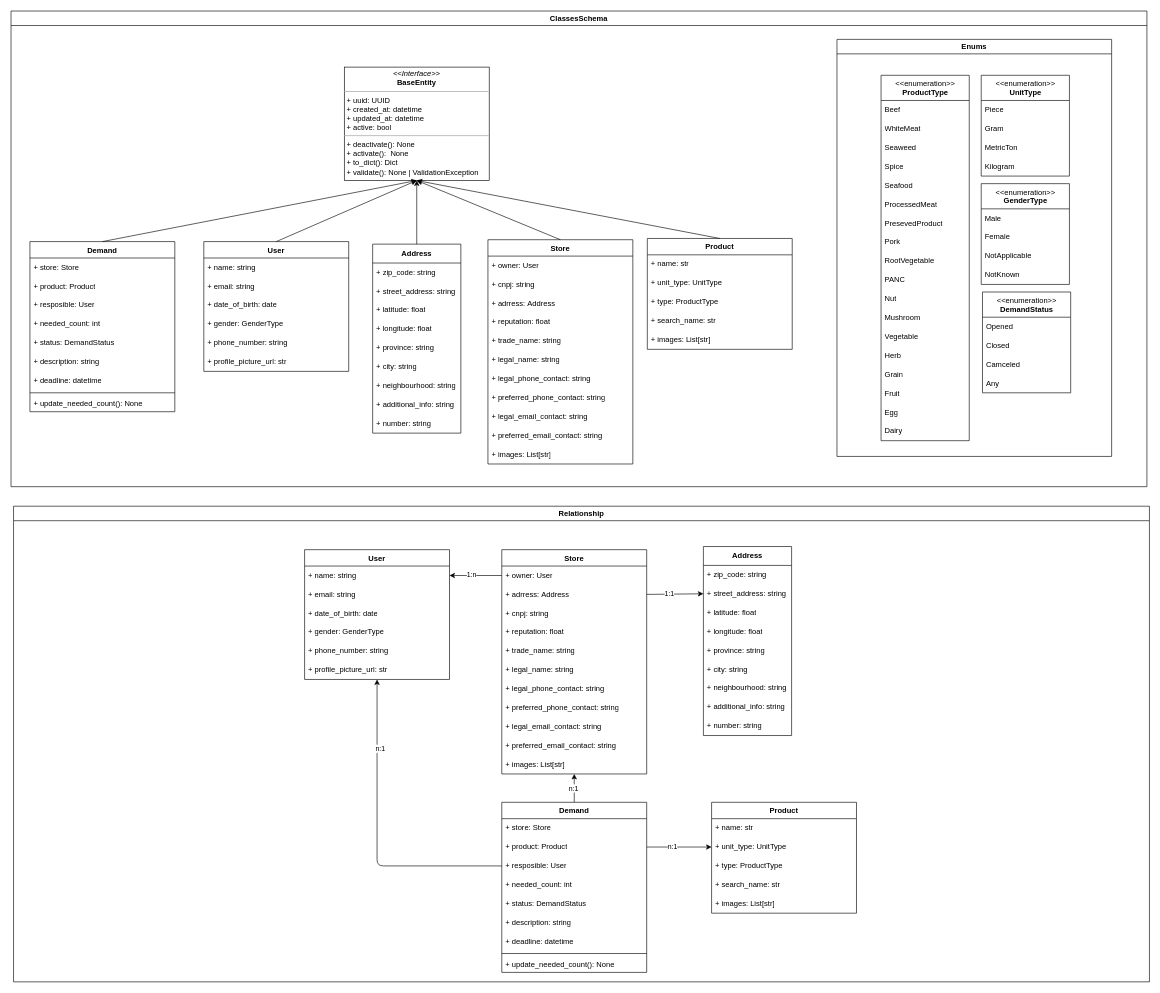
Above: page "UML" (1 of 2) of diagrama_classes.drawio in Tudo-Fresco/documentation (draw.io), before the change. Source tidied: cells renumbered, new cells numbered last; positions are measured from the earlier drawing's top-left corner, leaving out a move shared by most shapes. Both pictures are drawn from the tidied source at 63%, with x=0, y=0 at pixel (11, 11).
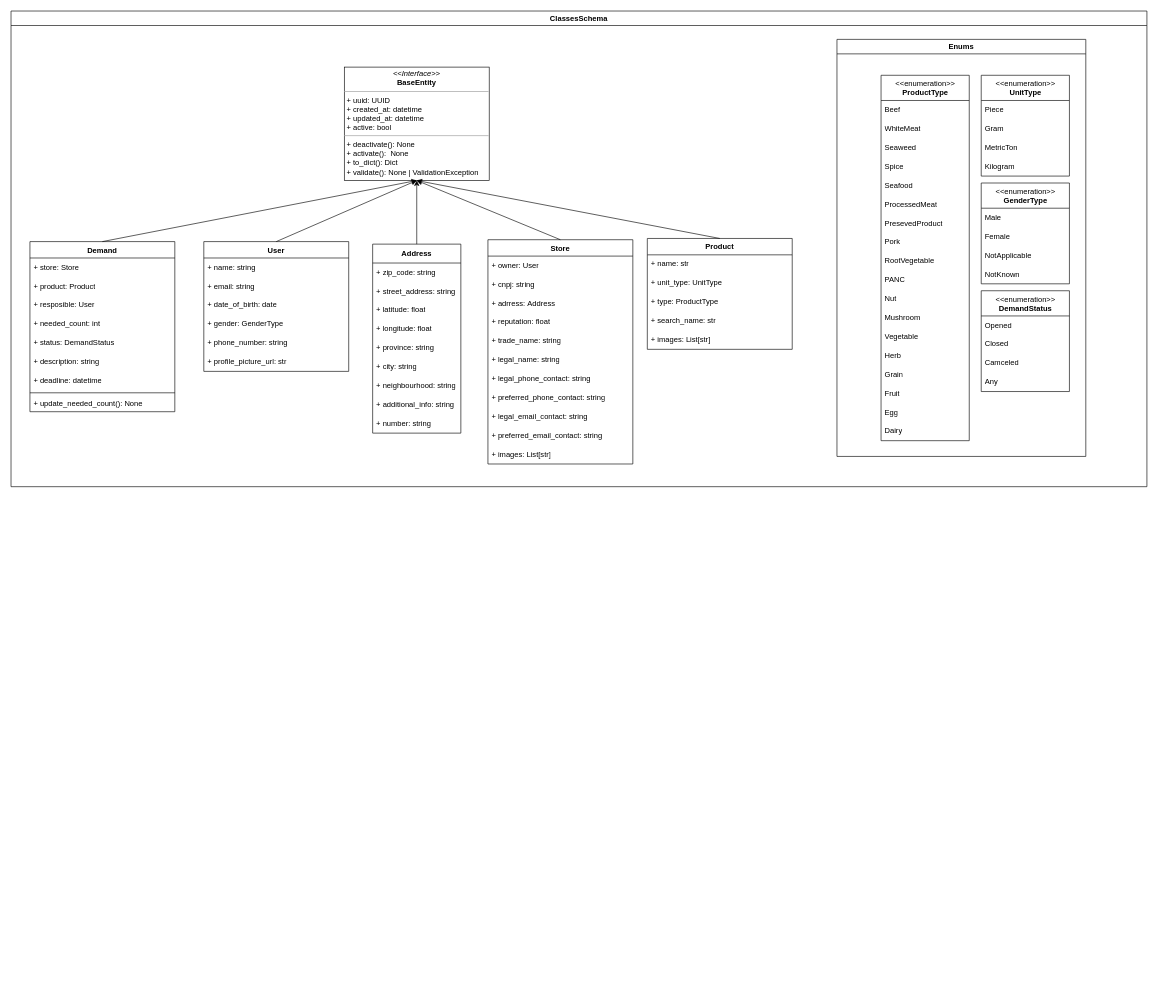
After the change.

Unchanged cells that the change refers to:
```xml
<mxCell id="139" value="ClassesSchema" style="swimlane;whiteSpace=wrap;html=1;" parent="1" vertex="1">
  <mxGeometry width="1803" height="755" as="geometry" />
</mxCell>
```

What changed in the source:
```diff
@@
-    <mxCell id="2" value="Relationship" style="swimlane;whiteSpace=wrap;html=1;" parent="1" vertex="1">
-      <mxGeometry x="4" y="786" width="1803" height="755" as="geometry" />
-    </mxCell>
-    <mxCell id="3" value="Product" style="swimlane;fontStyle=1;align=center;verticalAlign=top;horizontal=1;startSize=26;" parent="2" vertex="1">
-      <mxGeometry x="1108" y="470" width="230" height="176" as="geometry" />
-    </mxCell>
-    <mxCell id="4" value="+ name: str" style="text;strokeColor=none;fillColor=none;align=left;verticalAlign=middle;spacingLeft=4;spacingRight=4;overflow=hidden;whiteSpace=wrap;html=1;" parent="3" vertex="1">
-      <mxGeometry y="26" width="230" height="30" as="geometry" />
-    </mxCell>
-    <mxCell id="5" value="+ unit_type: UnitType" style="text;strokeColor=none;fillColor=none;align=left;verticalAlign=middle;spacingLeft=4;spacingRight=4;overflow=hidden;points=[[0,0.5],[1,0.5]];portConstraint=eastwest;whiteSpace=wrap;html=1;" parent="3" vertex="1">
-      <mxGeometry y="56" width="230" height="30" as="geometry" />
-    </mxCell>
-    <mxCell id="6" value="+ type: ProductType" style="text;strokeColor=none;fillColor=none;align=left;verticalAlign=middle;spacingLeft=4;spacingRight=4;overflow=hidden;whiteSpace=wrap;html=1;" parent="3" vertex="1">
-      <mxGeometry y="86" width="230" height="30" as="geometry" />
-    </mxCell>
-    <mxCell id="7" value="+ search_name: str" style="text;strokeColor=none;fillColor=none;align=left;verticalAlign=middle;spacingLeft=4;spacingRight=4;overflow=hidden;whiteSpace=wrap;html=1;" parent="3" vertex="1">
-      <mxGeometry y="116" width="230" height="30" as="geometry" />
-    </mxCell>
-    <mxCell id="8" value="+ images: List[str]" style="text;strokeColor=none;fillColor=none;align=left;verticalAlign=middle;spacingLeft=4;spacingRight=4;overflow=hidden;whiteSpace=wrap;html=1;" parent="3" vertex="1">
-      <mxGeometry y="146" width="230" height="30" as="geometry" />
-    </mxCell>
-    <mxCell id="9" value="Store" style="swimlane;fontStyle=1;align=center;verticalAlign=top;horizontal=1;startSize=26;" parent="2" vertex="1">
-      <mxGeometry x="775" y="69" width="230" height="356" as="geometry" />
-    </mxCell>
-    <mxCell id="10" value="+ owner: User" style="text;strokeColor=none;fillColor=none;align=left;verticalAlign=middle;spacingLeft=4;spacingRight=4;overflow=hidden;points=[[0,0.5],[1,0.5]];portConstraint=eastwest;whiteSpace=wrap;html=1;" parent="9" vertex="1">
-      <mxGeometry y="26" width="230" height="30" as="geometry" />
-    </mxCell>
-    <mxCell id="11" value="+ adrress:&amp;nbsp;&lt;span style=&quot;text-align: center;&quot;&gt;Address&lt;/span&gt;" style="text;strokeColor=none;fillColor=none;align=left;verticalAlign=middle;spacingLeft=4;spacingRight=4;overflow=hidden;points=[[0,0.5],[1,0.5]];portConstraint=eastwest;whiteSpace=wrap;html=1;" parent="9" vertex="1">
-      <mxGeometry y="56" width="230" height="30" as="geometry" />
-    </mxCell>
-    <mxCell id="12" value="+ cnpj: string" style="text;strokeColor=none;fillColor=none;align=left;verticalAlign=middle;spacingLeft=4;spacingRight=4;overflow=hidden;whiteSpace=wrap;html=1;" parent="9" vertex="1">
-      <mxGeometry y="86" width="230" height="30" as="geometry" />
-    </mxCell>
-    <mxCell id="13" value="+ reputation:&amp;nbsp;&lt;span style=&quot;text-align: center;&quot;&gt;float&lt;/span&gt;" style="text;strokeColor=none;fillColor=none;align=left;verticalAlign=middle;spacingLeft=4;spacingRight=4;overflow=hidden;whiteSpace=wrap;html=1;" parent="9" vertex="1">
-      <mxGeometry y="116" width="230" height="30" as="geometry" />
-    </mxCell>
-    <mxCell id="14" value="+ trade_name: string" style="text;strokeColor=none;fillColor=none;align=left;verticalAlign=middle;spacingLeft=4;spacingRight=4;overflow=hidden;whiteSpace=wrap;html=1;" parent="9" vertex="1">
-      <mxGeometry y="146" width="230" height="30" as="geometry" />
-    </mxCell>
-    <mxCell id="15" value="+ legal_name: string" style="text;strokeColor=none;fillColor=none;align=left;verticalAlign=middle;spacingLeft=4;spacingRight=4;overflow=hidden;whiteSpace=wrap;html=1;" parent="9" vertex="1">
-      <mxGeometry y="176" width="230" height="30" as="geometry" />
-    </mxCell>
-    <mxCell id="16" value="+ legal_phone_contact: string" style="text;strokeColor=none;fillColor=none;align=left;verticalAlign=middle;spacingLeft=4;spacingRight=4;overflow=hidden;whiteSpace=wrap;html=1;" parent="9" vertex="1">
-      <mxGeometry y="206" width="230" height="30" as="geometry" />
-    </mxCell>
-    <mxCell id="17" value="+ preferred_phone_contact: string" style="text;strokeColor=none;fillColor=none;align=left;verticalAlign=middle;spacingLeft=4;spacingRight=4;overflow=hidden;whiteSpace=wrap;html=1;" parent="9" vertex="1">
-      <mxGeometry y="236" width="230" height="30" as="geometry" />
-    </mxCell>
-    <mxCell id="18" value="+ legal_email_contact: string" style="text;strokeColor=none;fillColor=none;align=left;verticalAlign=middle;spacingLeft=4;spacingRight=4;overflow=hidden;whiteSpace=wrap;html=1;" parent="9" vertex="1">
-      <mxGeometry y="266" width="230" height="30" as="geometry" />
-    </mxCell>
-    <mxCell id="19" value="+ preferred_email_contact: string" style="text;strokeColor=none;fillColor=none;align=left;verticalAlign=middle;spacingLeft=4;spacingRight=4;overflow=hidden;whiteSpace=wrap;html=1;" parent="9" vertex="1">
-      <mxGeometry y="296" width="230" height="30" as="geometry" />
-    </mxCell>
-    <mxCell id="20" value="+ images: List[str]" style="text;strokeColor=none;fillColor=none;align=left;verticalAlign=middle;spacingLeft=4;spacingRight=4;overflow=hidden;points=[[0,0.5],[1,0.5]];portConstraint=eastwest;whiteSpace=wrap;html=1;" parent="9" vertex="1">
-      <mxGeometry y="326" width="230" height="30" as="geometry" />
-    </mxCell>
-    <mxCell id="21" value="User" style="swimlane;fontStyle=1;align=center;verticalAlign=top;horizontal=1;startSize=26;" parent="2" vertex="1">
-      <mxGeometry x="462" y="69" width="230" height="206" as="geometry" />
-    </mxCell>
-    <mxCell id="22" value="+ name: string" style="text;strokeColor=none;fillColor=none;align=left;verticalAlign=middle;spacingLeft=4;spacingRight=4;overflow=hidden;points=[[0,0.5],[1,0.5]];portConstraint=eastwest;whiteSpace=wrap;html=1;" parent="21" vertex="1">
-      <mxGeometry y="26" width="230" height="30" as="geometry" />
-    </mxCell>
-    <mxCell id="23" value="+ email: string" style="text;strokeColor=none;fillColor=none;align=left;verticalAlign=middle;spacingLeft=4;spacingRight=4;overflow=hidden;whiteSpace=wrap;html=1;" parent="21" vertex="1">
-      <mxGeometry y="56" width="230" height="30" as="geometry" />
-    </mxCell>
-    <mxCell id="24" value="+ date_of_birth: date" style="text;strokeColor=none;fillColor=none;align=left;verticalAlign=middle;spacingLeft=4;spacingRight=4;overflow=hidden;whiteSpace=wrap;html=1;" parent="21" vertex="1">
-      <mxGeometry y="86" width="230" height="30" as="geometry" />
-    </mxCell>
-    <mxCell id="25" value="+ gender: GenderType" style="text;strokeColor=none;fillColor=none;align=left;verticalAlign=middle;spacingLeft=4;spacingRight=4;overflow=hidden;whiteSpace=wrap;html=1;" parent="21" vertex="1">
-      <mxGeometry y="116" width="230" height="30" as="geometry" />
-    </mxCell>
-    <mxCell id="26" value="+ phone_number: string" style="text;strokeColor=none;fillColor=none;align=left;verticalAlign=middle;spacingLeft=4;spacingRight=4;overflow=hidden;whiteSpace=wrap;html=1;" parent="21" vertex="1">
-      <mxGeometry y="146" width="230" height="30" as="geometry" />
-    </mxCell>
-    <mxCell id="27" value="+ profile_picture_url: str" style="text;strokeColor=none;fillColor=none;align=left;verticalAlign=middle;spacingLeft=4;spacingRight=4;overflow=hidden;points=[[0,0.5],[1,0.5]];portConstraint=eastwest;whiteSpace=wrap;html=1;" parent="21" vertex="1">
-      <mxGeometry y="176" width="230" height="30" as="geometry" />
-    </mxCell>
-    <mxCell id="28" style="edgeStyle=none;html=1;exitX=0;exitY=0.5;exitDx=0;exitDy=0;entryX=1;entryY=0.5;entryDx=0;entryDy=0;" parent="2" edge="1" source="10" target="22">
-      <mxGeometry relative="1" as="geometry" />
-    </mxCell>
-    <mxCell id="29" value="1:n" style="edgeLabel;html=1;align=center;verticalAlign=middle;" parent="28" vertex="1">
-      <mxGeometry x="0.18" y="-2" relative="1" as="geometry" />
-    </mxCell>
-    <mxCell id="30" value="Address" style="swimlane;fontStyle=1;horizontal=1;startSize=30;whiteSpace=wrap;html=1;" parent="2" vertex="1">
-      <mxGeometry x="1095" y="64" width="140" height="300" as="geometry" />
-    </mxCell>
-    <mxCell id="31" value="+ zip_code: string" style="text;strokeColor=none;fillColor=none;align=left;verticalAlign=middle;spacingLeft=4;spacingRight=4;overflow=hidden;whiteSpace=wrap;html=1;" parent="30" vertex="1">
-      <mxGeometry y="30" width="140" height="30" as="geometry" />
-    </mxCell>
-    <mxCell id="32" value="+ street_address: string" style="text;strokeColor=none;fillColor=none;align=left;verticalAlign=middle;spacingLeft=4;spacingRight=4;overflow=hidden;points=[[0,0.5],[1,0.5]];portConstraint=eastwest;whiteSpace=wrap;html=1;" parent="30" vertex="1">
-      <mxGeometry y="60" width="140" height="30" as="geometry" />
-    </mxCell>
-    <mxCell id="33" value="+ latitude: float" style="text;strokeColor=none;fillColor=none;align=left;verticalAlign=middle;spacingLeft=4;spacingRight=4;overflow=hidden;whiteSpace=wrap;html=1;" parent="30" vertex="1">
-      <mxGeometry y="90" width="140" height="30" as="geometry" />
-    </mxCell>
-    <mxCell id="34" value="+ longitude: float" style="text;strokeColor=none;fillColor=none;align=left;verticalAlign=middle;spacingLeft=4;spacingRight=4;overflow=hidden;whiteSpace=wrap;html=1;" parent="30" vertex="1">
-      <mxGeometry y="120" width="140" height="30" as="geometry" />
-    </mxCell>
-    <mxCell id="35" value="+ province: string" style="text;strokeColor=none;fillColor=none;align=left;verticalAlign=middle;spacingLeft=4;spacingRight=4;overflow=hidden;whiteSpace=wrap;html=1;" parent="30" vertex="1">
-      <mxGeometry y="150" width="140" height="30" as="geometry" />
-    </mxCell>
-    <mxCell id="36" value="+ city: string" style="text;strokeColor=none;fillColor=none;align=left;verticalAlign=middle;spacingLeft=4;spacingRight=4;overflow=hidden;whiteSpace=wrap;html=1;" parent="30" vertex="1">
-      <mxGeometry y="180" width="140" height="30" as="geometry" />
-    </mxCell>
-    <mxCell id="37" value="+ neighbourhood: string" style="text;strokeColor=none;fillColor=none;align=left;verticalAlign=middle;spacingLeft=4;spacingRight=4;overflow=hidden;whiteSpace=wrap;html=1;" parent="30" vertex="1">
-      <mxGeometry y="210" width="140" height="30" as="geometry" />
-    </mxCell>
-    <mxCell id="38" value="+ additional_info: string" style="text;strokeColor=none;fillColor=none;align=left;verticalAlign=middle;spacingLeft=4;spacingRight=4;overflow=hidden;whiteSpace=wrap;html=1;" parent="30" vertex="1">
-      <mxGeometry y="240" width="140" height="30" as="geometry" />
-    </mxCell>
-    <mxCell id="39" value="+ number: string" style="text;strokeColor=none;fillColor=none;align=left;verticalAlign=middle;spacingLeft=4;spacingRight=4;overflow=hidden;whiteSpace=wrap;html=1;" parent="30" vertex="1">
-      <mxGeometry y="270" width="140" height="30" as="geometry" />
-    </mxCell>
-    <mxCell id="40" style="edgeStyle=none;html=1;exitX=1;exitY=0.5;exitDx=0;exitDy=0;entryX=0;entryY=0.5;entryDx=0;entryDy=0;" parent="2" edge="1" source="11" target="32">
-      <mxGeometry relative="1" as="geometry" />
-    </mxCell>
-    <mxCell id="41" value="1:1" style="edgeLabel;html=1;align=center;verticalAlign=middle;" parent="40" vertex="1">
-      <mxGeometry x="-0.2" y="1" relative="1" as="geometry" />
-    </mxCell>
-    <mxCell id="42" style="edgeStyle=none;html=1;exitX=0.5;exitY=0;exitDx=0;exitDy=0;" parent="2" edge="1" source="44" target="20">
-      <mxGeometry relative="1" as="geometry" />
-    </mxCell>
-    <mxCell id="43" value="n:1" style="edgeLabel;html=1;align=center;verticalAlign=middle;" parent="42" vertex="1">
-      <mxGeometry x="0.03" y="2" relative="1" as="geometry" />
-    </mxCell>
-    <mxCell id="44" value="Demand" style="swimlane;fontStyle=1;align=center;verticalAlign=top;horizontal=1;startSize=26;" parent="2" vertex="1">
-      <mxGeometry x="775" y="470" width="230" height="270" as="geometry" />
-    </mxCell>
-    <mxCell id="45" value="+ store: Store" style="text;strokeColor=none;fillColor=none;align=left;verticalAlign=middle;spacingLeft=4;spacingRight=4;overflow=hidden;whiteSpace=wrap;html=1;" parent="44" vertex="1">
-      <mxGeometry y="26" width="230" height="30" as="geometry" />
-    </mxCell>
-    <mxCell id="46" value="+ product: Product" style="text;strokeColor=none;fillColor=none;align=left;verticalAlign=middle;spacingLeft=4;spacingRight=4;overflow=hidden;points=[[0,0.5],[1,0.5]];portConstraint=eastwest;whiteSpace=wrap;html=1;" parent="44" vertex="1">
-      <mxGeometry y="56" width="230" height="30" as="geometry" />
-    </mxCell>
-    <mxCell id="47" value="+ resposible: User" style="text;strokeColor=none;fillColor=none;align=left;verticalAlign=middle;spacingLeft=4;spacingRight=4;overflow=hidden;points=[[0,0.5],[1,0.5]];portConstraint=eastwest;whiteSpace=wrap;html=1;" parent="44" vertex="1">
-      <mxGeometry y="86" width="230" height="30" as="geometry" />
-    </mxCell>
-    <mxCell id="48" value="+ needed_count: int" style="text;strokeColor=none;fillColor=none;align=left;verticalAlign=middle;spacingLeft=4;spacingRight=4;overflow=hidden;whiteSpace=wrap;html=1;" parent="44" vertex="1">
-      <mxGeometry y="116" width="230" height="30" as="geometry" />
-    </mxCell>
-    <mxCell id="49" value="+ status: DemandStatus" style="text;strokeColor=none;fillColor=none;align=left;verticalAlign=middle;spacingLeft=4;spacingRight=4;overflow=hidden;whiteSpace=wrap;html=1;" parent="44" vertex="1">
-      <mxGeometry y="146" width="230" height="30" as="geometry" />
-    </mxCell>
-    <mxCell id="50" value="+ description: string" style="text;strokeColor=none;fillColor=none;align=left;verticalAlign=middle;spacingLeft=4;spacingRight=4;overflow=hidden;whiteSpace=wrap;html=1;" parent="44" vertex="1">
-      <mxGeometry y="176" width="230" height="30" as="geometry" />
-    </mxCell>
-    <mxCell id="51" value="+ deadline: datetime" style="text;strokeColor=none;fillColor=none;align=left;verticalAlign=middle;spacingLeft=4;spacingRight=4;overflow=hidden;whiteSpace=wrap;html=1;" parent="44" vertex="1">
-      <mxGeometry y="206" width="230" height="30" as="geometry" />
-    </mxCell>
-    <mxCell id="52" style="line;strokeWidth=1;fillColor=none;align=left;verticalAlign=middle;spacingTop=-1;spacingLeft=3;spacingRight=3;labelPosition=right;strokeColor=inherit;" parent="44" vertex="1">
-      <mxGeometry y="236" width="230" height="8" as="geometry" />
-    </mxCell>
-    <mxCell id="53" value="+ update_needed_count(): None" style="text;strokeColor=none;fillColor=none;align=left;verticalAlign=top;spacingLeft=4;spacingRight=4;overflow=hidden;" parent="44" vertex="1">
-      <mxGeometry y="244" width="230" height="26" as="geometry" />
-    </mxCell>
-    <mxCell id="54" style="edgeStyle=none;html=1;exitX=1;exitY=0.5;exitDx=0;exitDy=0;entryX=0;entryY=0.5;entryDx=0;entryDy=0;" parent="2" edge="1" source="46" target="5">
-      <mxGeometry relative="1" as="geometry" />
-    </mxCell>
-    <mxCell id="55" value="n:1" style="edgeLabel;html=1;align=center;verticalAlign=middle;" parent="54" vertex="1">
-      <mxGeometry x="-0.22" y="2" relative="1" as="geometry" />
-    </mxCell>
-    <mxCell id="56" style="edgeStyle=none;html=1;exitX=0;exitY=0.5;exitDx=0;exitDy=0;" parent="2" edge="1" source="47" target="27">
-      <mxGeometry relative="1" as="geometry">
-        <Array as="points">
-          <mxPoint x="577" y="571" />
-        </Array>
-      </mxGeometry>
-    </mxCell>
-    <mxCell id="57" value="n:1" style="edgeLabel;html=1;align=center;verticalAlign=middle;" parent="56" vertex="1">
-      <mxGeometry x="0.56" y="-4" relative="1" as="geometry" />
-    </mxCell>
     <mxCell id="58" value="Enums" style="swimlane;whiteSpace=wrap;html=1;" parent="1" vertex="1">
-      <mxGeometry x="1311" y="45" width="436" height="662" as="geometry" />
+      <mxGeometry x="1311" y="45" width="395" height="662" as="geometry" />
     </mxCell>
@@
-    <mxCell id="83" value="&amp;lt;&amp;lt;enumeration&amp;gt;&amp;gt;&lt;br&gt;&lt;b&gt;GenderType&lt;/b&gt;" style="swimlane;fontStyle=0;align=center;verticalAlign=top;horizontal=1;startSize=40;html=1;" parent="58" vertex="1">
-      <mxGeometry x="229" y="229" width="140" height="160" as="geometry" />
-    </mxCell>
-    <mxCell id="84" value="Male" style="text;strokeColor=none;fillColor=none;align=left;verticalAlign=middle;spacingLeft=4;spacingRight=4;overflow=hidden;whiteSpace=wrap;html=1;" parent="83" vertex="1">
-      <mxGeometry y="40" width="140" height="30" as="geometry" />
-    </mxCell>
-    <mxCell id="85" value="Female" style="text;strokeColor=none;fillColor=none;align=left;verticalAlign=middle;spacingLeft=4;spacingRight=4;overflow=hidden;whiteSpace=wrap;html=1;" parent="83" vertex="1">
-      <mxGeometry y="70" width="140" height="30" as="geometry" />
-    </mxCell>
-    <mxCell id="86" value="NotApplicable" style="text;strokeColor=none;fillColor=none;align=left;verticalAlign=middle;spacingLeft=4;spacingRight=4;overflow=hidden;whiteSpace=wrap;html=1;" parent="83" vertex="1">
-      <mxGeometry y="100" width="140" height="30" as="geometry" />
-    </mxCell>
-    <mxCell id="87" value="NotKnown" style="text;strokeColor=none;fillColor=none;align=left;verticalAlign=middle;spacingLeft=4;spacingRight=4;overflow=hidden;whiteSpace=wrap;html=1;" parent="83" vertex="1">
-      <mxGeometry y="130" width="140" height="30" as="geometry" />
-    </mxCell>
@@
     <mxCell id="140" value="&amp;lt;&amp;lt;enumeration&amp;gt;&amp;gt;&lt;br&gt;&lt;b&gt;DemandStatus&lt;/b&gt;" style="swimlane;fontStyle=0;align=center;verticalAlign=top;horizontal=1;startSize=40;html=1;" parent="139" vertex="1">
-      <mxGeometry x="1542" y="446" width="140" height="160" as="geometry" />
+      <mxGeometry x="1540" y="444" width="140" height="160" as="geometry" />
     </mxCell>
@@
+    <mxCell id="83" value="&amp;lt;&amp;lt;enumeration&amp;gt;&amp;gt;&lt;br&gt;&lt;b&gt;GenderType&lt;/b&gt;" style="swimlane;fontStyle=0;align=center;verticalAlign=top;horizontal=1;startSize=40;html=1;" parent="139" vertex="1">
+      <mxGeometry x="1540" y="273" width="140" height="160" as="geometry" />
+    </mxCell>
+    <mxCell id="84" value="Male" style="text;strokeColor=none;fillColor=none;align=left;verticalAlign=middle;spacingLeft=4;spacingRight=4;overflow=hidden;whiteSpace=wrap;html=1;" parent="83" vertex="1">
+      <mxGeometry y="40" width="140" height="30" as="geometry" />
+    </mxCell>
+    <mxCell id="85" value="Female" style="text;strokeColor=none;fillColor=none;align=left;verticalAlign=middle;spacingLeft=4;spacingRight=4;overflow=hidden;whiteSpace=wrap;html=1;" parent="83" vertex="1">
+      <mxGeometry y="70" width="140" height="30" as="geometry" />
+    </mxCell>
+    <mxCell id="86" value="NotApplicable" style="text;strokeColor=none;fillColor=none;align=left;verticalAlign=middle;spacingLeft=4;spacingRight=4;overflow=hidden;whiteSpace=wrap;html=1;" parent="83" vertex="1">
+      <mxGeometry y="100" width="140" height="30" as="geometry" />
+    </mxCell>
+    <mxCell id="87" value="NotKnown" style="text;strokeColor=none;fillColor=none;align=left;verticalAlign=middle;spacingLeft=4;spacingRight=4;overflow=hidden;whiteSpace=wrap;html=1;" parent="83" vertex="1">
+      <mxGeometry y="130" width="140" height="30" as="geometry" />
+    </mxCell>
```
